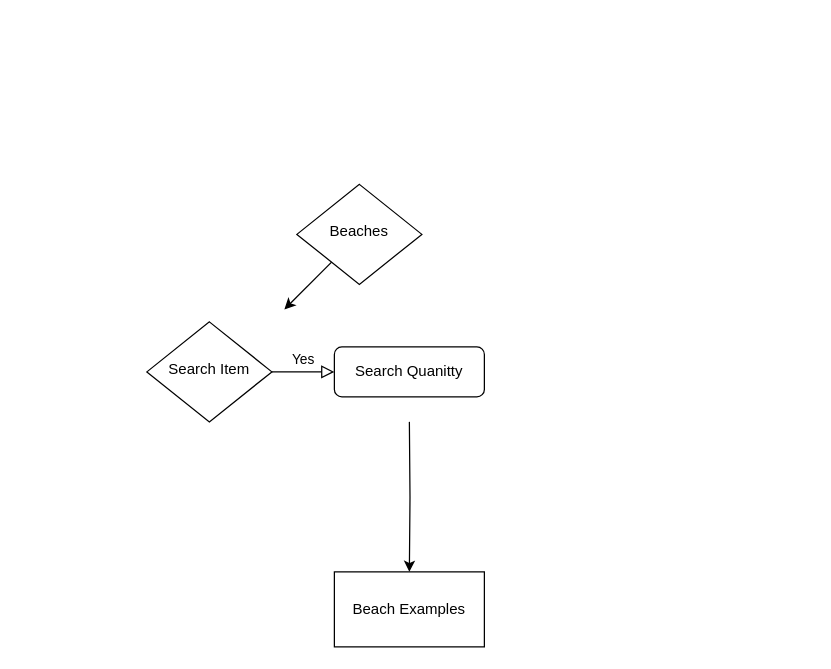
Earlier version of the draw.io diagram Untitled Diagram.drawio (lifefocus79/Project-2-Website). Source tidied: cells renumbered, new cells numbered last; positions are measured from the earlier drawing's top-left corner, leaving out a move shared by most shapes. Both pictures are drawn from the tidied source at 125%, with x=0, y=0 at pixel (146, 184).
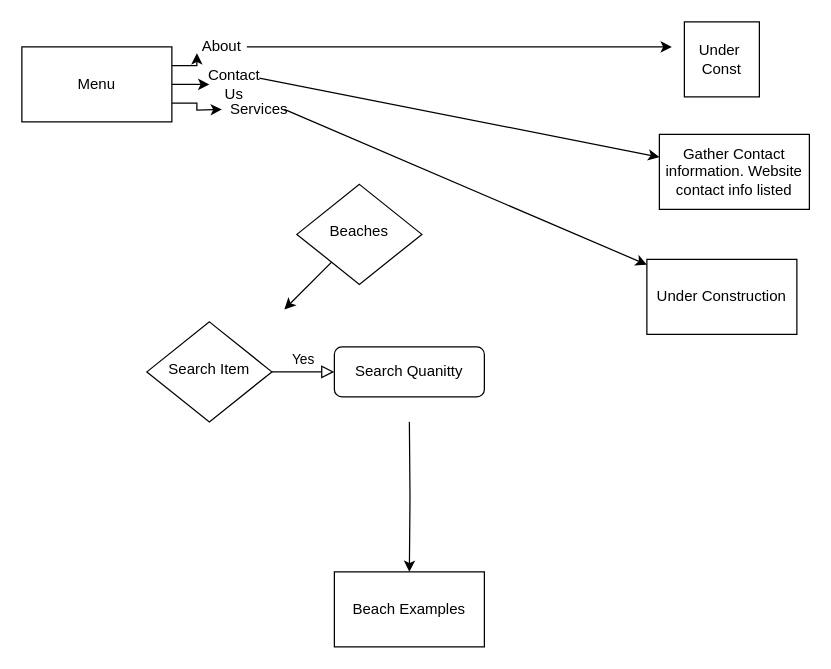
The same page after the edit.

Change to the diagram source:
```diff
@@
+    <mxCell id="9" style="edgeStyle=orthogonalEdgeStyle;rounded=0;jettySize=auto;html=1;exitX=1;exitY=0.25;exitDx=0;exitDy=0;entryX=0;entryY=0.75;entryDx=0;entryDy=0;" parent="1" edge="1" source="12" target="13">
+      <mxGeometry relative="1" as="geometry" />
+    </mxCell>
+    <mxCell id="10" style="edgeStyle=orthogonalEdgeStyle;rounded=0;jettySize=auto;html=1;exitX=1;exitY=0.5;exitDx=0;exitDy=0;" parent="1" edge="1" source="12">
+      <mxGeometry relative="1" as="geometry">
+        <mxPoint x="50" y="-80" as="targetPoint" />
+      </mxGeometry>
+    </mxCell>
+    <mxCell id="11" style="edgeStyle=orthogonalEdgeStyle;rounded=0;jettySize=auto;html=1;exitX=1;exitY=0.75;exitDx=0;exitDy=0;" parent="1" edge="1" source="12">
+      <mxGeometry relative="1" as="geometry">
+        <mxPoint x="60" y="-60" as="targetPoint" />
+      </mxGeometry>
+    </mxCell>
+    <mxCell id="12" value="Menu" style="rounded=0;whiteSpace=wrap;html=1;" parent="1" vertex="1">
+      <mxGeometry x="-100" y="-110" width="120" height="60" as="geometry" />
+    </mxCell>
+    <mxCell id="13" value="About" style="text;html=1;strokeColor=none;fillColor=none;align=center;verticalAlign=middle;whiteSpace=wrap;rounded=0;" parent="1" vertex="1">
+      <mxGeometry x="40" y="-120" width="40" height="20" as="geometry" />
+    </mxCell>
+    <mxCell id="14" value="Contact Us" style="text;html=1;strokeColor=none;fillColor=none;align=center;verticalAlign=middle;whiteSpace=wrap;rounded=0;" parent="1" vertex="1">
+      <mxGeometry x="50" y="-90" width="40" height="20" as="geometry" />
+    </mxCell>
+    <mxCell id="15" value="Services" style="text;html=1;strokeColor=none;fillColor=none;align=center;verticalAlign=middle;whiteSpace=wrap;rounded=0;" parent="1" vertex="1">
+      <mxGeometry x="70" y="-70" width="40" height="20" as="geometry" />
+    </mxCell>
+    <mxCell id="16" style="endArrow=classic;html=1;" parent="1" edge="1">
+      <mxGeometry relative="1" as="geometry">
+        <mxPoint x="80" y="-110" as="sourcePoint" />
+        <mxPoint x="420" y="-110" as="targetPoint" />
+        <Array as="points">
+          <mxPoint x="80" y="-110" />
+        </Array>
+      </mxGeometry>
+    </mxCell>
+    <mxCell id="17" value="Under&amp;nbsp;&lt;br&gt;Const" style="whiteSpace=wrap;html=1;" parent="1" vertex="1">
+      <mxGeometry x="430" y="-130" width="60" height="60" as="geometry" />
+    </mxCell>
+    <mxCell id="18" style="endArrow=classic;html=1;exitX=1;exitY=0.25;exitDx=0;exitDy=0;" parent="1" edge="1" source="14" target="19">
+      <mxGeometry relative="1" as="geometry" />
+    </mxCell>
+    <mxCell id="19" value="Gather Contact information. Website contact info listed" style="rounded=0;whiteSpace=wrap;html=1;" parent="1" vertex="1">
+      <mxGeometry x="410" y="-40" width="120" height="60" as="geometry" />
+    </mxCell>
+    <mxCell id="20" style="endArrow=classic;html=1;exitX=1;exitY=0.5;exitDx=0;exitDy=0;" parent="1" edge="1" source="15" target="21">
+      <mxGeometry relative="1" as="geometry" />
+    </mxCell>
+    <mxCell id="21" value="Under Construction" style="rounded=0;whiteSpace=wrap;html=1;" parent="1" vertex="1">
+      <mxGeometry x="400" y="60" width="120" height="60" as="geometry" />
+    </mxCell>
```
